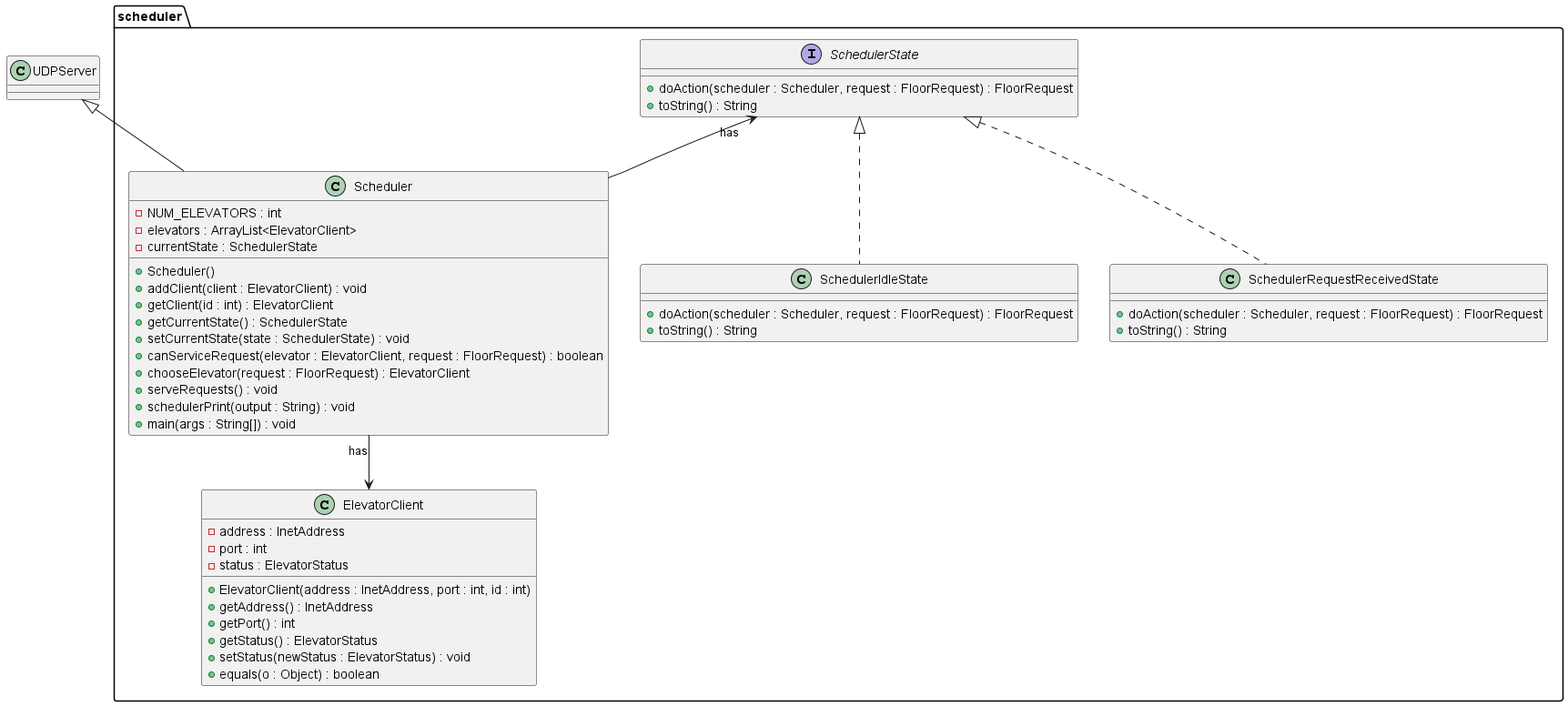
Earlier version of the PlantUML export docs/SchedulerSubsystemClassDiagram.png (kavvykav/SYSC3303-project).
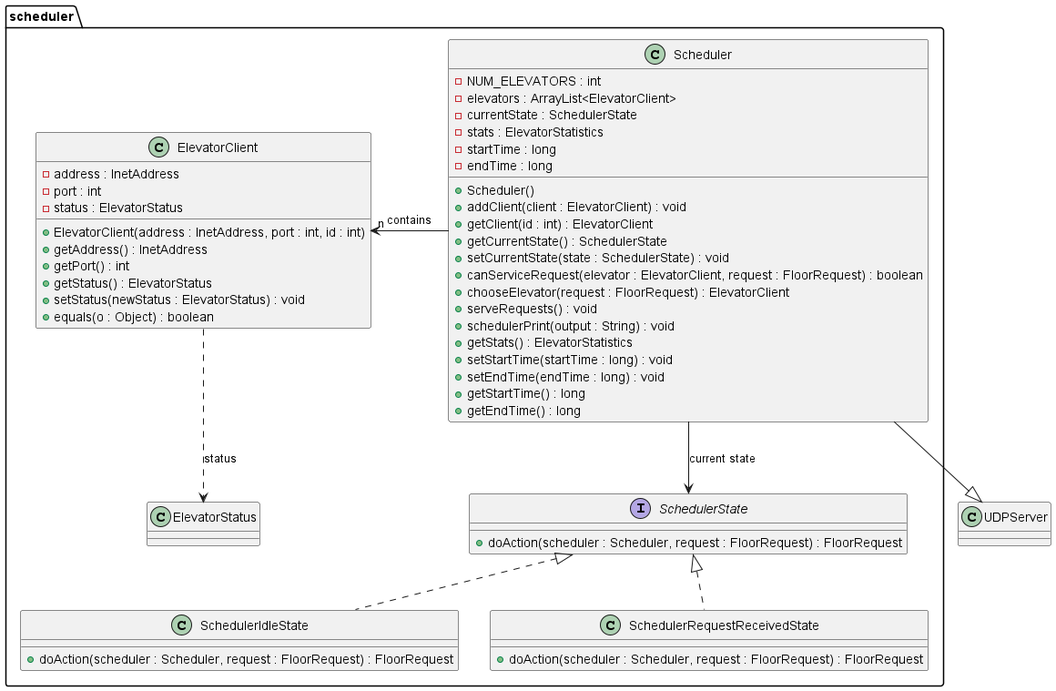
Above is the later version.

The edit, as a diff of the source:
```diff
@@ -1,12 +1,13 @@
 @startuml
-!define RECTANGLE class
-
 package scheduler {
 
-RECTANGLE Scheduler {
+class Scheduler  {
     - NUM_ELEVATORS : int
     - elevators : ArrayList<ElevatorClient>
     - currentState : SchedulerState
+    - stats : ElevatorStatistics
+    - startTime : long
+    - endTime : long
     + Scheduler()
     + addClient(client : ElevatorClient) : void
     + getClient(id : int) : ElevatorClient
@@ -16,10 +17,14 @@
     + chooseElevator(request : FloorRequest) : ElevatorClient
     + serveRequests() : void
     + schedulerPrint(output : String) : void
-    + main(args : String[]) : void
+    + getStats() : ElevatorStatistics
+    + setStartTime(startTime : long) : void
+    + setEndTime(endTime : long) : void
+    + getStartTime() : long
+    + getEndTime() : long
 }
 
-RECTANGLE ElevatorClient {
+class ElevatorClient {
     - address : InetAddress
     - port : int
     - status : ElevatorStatus
@@ -31,35 +36,23 @@
     + equals(o : Object) : boolean
 }
 
-Scheduler "has" --> ElevatorClient
-
 interface SchedulerState {
     + doAction(scheduler : Scheduler, request : FloorRequest) : FloorRequest
-    + toString() : String
 }
 
-RECTANGLE SchedulerIdleState {
+class SchedulerIdleState implements SchedulerState {
     + doAction(scheduler : Scheduler, request : FloorRequest) : FloorRequest
-    + toString() : String
 }
 
-RECTANGLE SchedulerRequestReceivedState {
+class SchedulerRequestReceivedState implements SchedulerState {
     + doAction(scheduler : Scheduler, request : FloorRequest) : FloorRequest
-    + toString() : String
 }
 
+Scheduler -right-> "n" ElevatorClient : contains
+Scheduler -down-> SchedulerState : current state
 
-
-SchedulerState <|.. SchedulerIdleState
-SchedulerState <|.. SchedulerRequestReceivedState
-
-SchedulerState "has" <-- Scheduler
+ElevatorClient ..> ElevatorStatus : status
 
 }
-
-class UDPServer {
-}
-
-UDPServer <|-- Scheduler
-
+Scheduler --|> UDPServer
 @enduml
```
